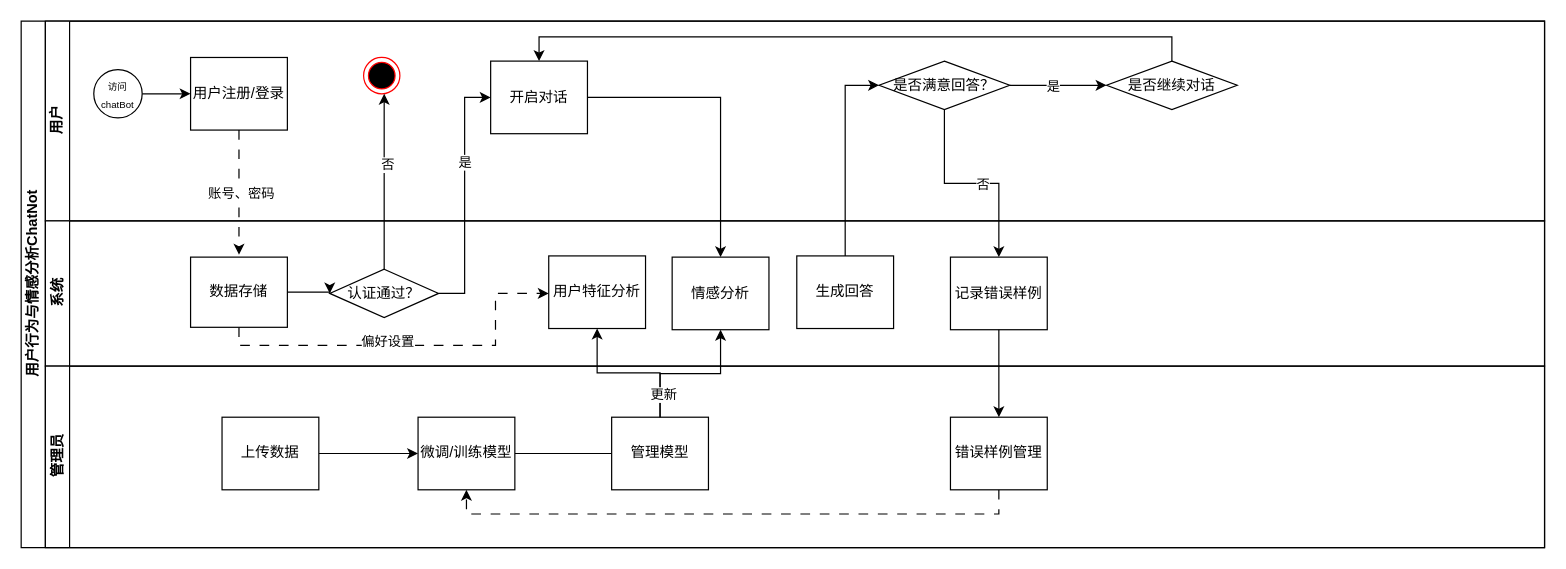
Before: 未命名绘图.drawio in ndsoi/miniprograms, a draw.io diagram. Source tidied: cells renumbered, new cells numbered last; positions are measured from the earlier drawing's top-left corner, leaving out a move shared by most shapes. Both pictures are drawn from the tidied source at 121%, with x=0, y=0 at pixel (21, 21).
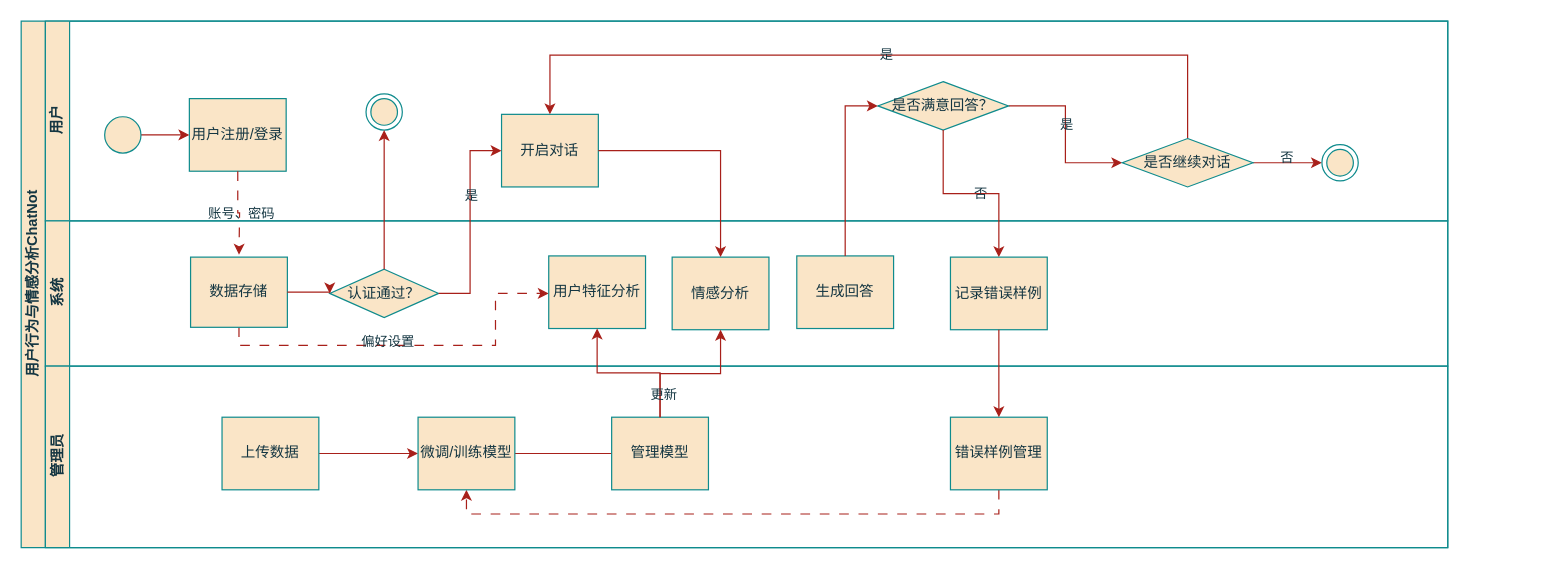
After the change.

Commit message:
更新未命名绘图.drawio

The edit, as a diff of the source:
```diff
@@
-    <mxCell id="2" value="用户行为与情感分析ChatNot" style="swimlane;html=1;horizontal=0;startSize=20;" parent="1" vertex="1">
-      <mxGeometry width="1259" height="435" as="geometry" />
+    <mxCell id="2" value="用户行为与情感分析ChatNot" style="swimlane;html=1;horizontal=0;startSize=20;labelBackgroundColor=none;fillColor=#FAE5C7;strokeColor=#0F8B8D;fontColor=#143642;" parent="1" vertex="1">
+      <mxGeometry width="1179" height="435" as="geometry" />
     </mxCell>
-    <mxCell id="3" value="用户" style="swimlane;html=1;startSize=20;horizontal=0;" parent="2" vertex="1">
-      <mxGeometry x="20" width="1239" height="165" as="geometry" />
+    <mxCell id="3" value="用户" style="swimlane;html=1;startSize=20;horizontal=0;labelBackgroundColor=none;fillColor=#FAE5C7;strokeColor=#0F8B8D;fontColor=#143642;" parent="2" vertex="1">
+      <mxGeometry x="20" width="1159" height="165" as="geometry" />
     </mxCell>
-    <mxCell id="4" style="edgeStyle=orthogonalEdgeStyle;rounded=0;jettySize=auto;html=1;" parent="3" edge="1" source="5" target="6">
-      <mxGeometry relative="1" as="geometry" />
-    </mxCell>
-    <mxCell id="5" value="&lt;font style=&quot;font-size: 8px;&quot;&gt;访问chatBot&lt;/font&gt;" style="ellipse;whiteSpace=wrap;html=1;" parent="3" vertex="1">
-      <mxGeometry x="40" y="40" width="40" height="40" as="geometry" />
-    </mxCell>
-    <mxCell id="6" value="用户注册/登录" style="rounded=0;whiteSpace=wrap;html=1;fontFamily=Helvetica;fontSize=12;fontColor=#000000;align=center;" parent="3" vertex="1">
-      <mxGeometry x="120" y="30" width="80" height="60" as="geometry" />
+    <mxCell id="6" value="用户注册/登录" style="rounded=0;whiteSpace=wrap;html=1;fontFamily=Helvetica;fontSize=12;fontColor=#143642;align=center;labelBackgroundColor=none;fillColor=#FAE5C7;strokeColor=#0F8B8D;" parent="3" vertex="1">
+      <mxGeometry x="119" y="64" width="80" height="60" as="geometry" />
     </mxCell>
-    <mxCell id="7" value="开启对话" style="rounded=0;whiteSpace=wrap;html=1;fontFamily=Helvetica;fontSize=12;fontColor=#000000;align=center;" parent="3" vertex="1">
-      <mxGeometry x="368" y="33" width="80" height="60" as="geometry" />
+    <mxCell id="7" value="开启对话" style="rounded=0;whiteSpace=wrap;html=1;fontFamily=Helvetica;fontSize=12;fontColor=#143642;align=center;labelBackgroundColor=none;fillColor=#FAE5C7;strokeColor=#0F8B8D;" parent="3" vertex="1">
+      <mxGeometry x="377" y="77" width="80" height="60" as="geometry" />
     </mxCell>
-    <mxCell id="8" style="ellipse;html=1;shape=endState;fillColor=#000000;strokeColor=#ff0000;" parent="3" vertex="1">
-      <mxGeometry x="263" y="30" width="30" height="30" as="geometry" />
+    <mxCell id="8" style="ellipse;html=1;shape=endState;fillColor=#FAE5C7;strokeColor=#0F8B8D;labelBackgroundColor=none;fontColor=#143642;" parent="3" vertex="1">
+      <mxGeometry x="265" y="60" width="30" height="30" as="geometry" />
     </mxCell>
-    <mxCell id="9" style="edgeStyle=orthogonalEdgeStyle;rounded=0;jettySize=auto;html=1;" parent="3" edge="1" source="11" target="13">
+    <mxCell id="9" style="edgeStyle=orthogonalEdgeStyle;rounded=0;jettySize=auto;html=1;entryX=0;entryY=0.5;entryDx=0;entryDy=0;labelBackgroundColor=none;strokeColor=#A8201A;fontColor=default;" parent="3" edge="1" source="11" target="13">
       <mxGeometry relative="1" as="geometry" />
     </mxCell>
-    <mxCell id="10" value="是" style="edgeLabel;html=1;align=center;verticalAlign=middle;" parent="9" vertex="1">
+    <mxCell id="10" value="是" style="edgeLabel;html=1;align=center;verticalAlign=middle;labelBackgroundColor=none;fontColor=#143642;" parent="9" vertex="1">
       <mxGeometry x="-0.12" relative="1" as="geometry" />
     </mxCell>
-    <mxCell id="11" value="是否满意回答？" style="rhombus;whiteSpace=wrap;html=1;fontFamily=Helvetica;fontSize=12;fontColor=#000000;align=center;" parent="3" vertex="1">
-      <mxGeometry x="689" y="33" width="108" height="40" as="geometry" />
+    <mxCell id="11" value="是否满意回答？" style="rhombus;whiteSpace=wrap;html=1;fontFamily=Helvetica;fontSize=12;fontColor=#143642;align=center;labelBackgroundColor=none;fillColor=#FAE5C7;strokeColor=#0F8B8D;" parent="3" vertex="1">
+      <mxGeometry x="688" y="50" width="108" height="40" as="geometry" />
     </mxCell>
-    <mxCell id="12" style="edgeStyle=orthogonalEdgeStyle;rounded=0;jettySize=auto;html=1;exitX=0.5;exitY=0;exitDx=0;exitDy=0;entryX=0.5;entryY=0;entryDx=0;entryDy=0;" parent="3" edge="1" source="13" target="7">
-      <mxGeometry relative="1" as="geometry" />
+    <mxCell id="12" style="edgeStyle=orthogonalEdgeStyle;rounded=0;jettySize=auto;html=1;exitX=0.5;exitY=0;exitDx=0;exitDy=0;entryX=0.5;entryY=0;entryDx=0;entryDy=0;labelBackgroundColor=none;strokeColor=#A8201A;fontColor=default;" parent="3" edge="1" source="13" target="7">
+      <mxGeometry relative="1" as="geometry">
+        <Array as="points">
+          <mxPoint x="944" y="28" />
+          <mxPoint x="417" y="28" />
+        </Array>
+      </mxGeometry>
     </mxCell>
+    <mxCell id="46" value="是" style="edgeLabel;html=1;align=center;verticalAlign=middle;labelBackgroundColor=none;fontColor=#143642;" parent="12" vertex="1">
+      <mxGeometry x="-0.01" y="-1" relative="1" as="geometry" />
+    </mxCell>
+    <mxCell id="47" style="edgeStyle=orthogonalEdgeStyle;rounded=0;jettySize=auto;html=1;exitX=1;exitY=0.5;exitDx=0;exitDy=0;entryX=0;entryY=0.5;entryDx=0;entryDy=0;labelBackgroundColor=none;strokeColor=#A8201A;fontColor=default;" parent="3" edge="1" source="13" target="48">
+      <mxGeometry relative="1" as="geometry" />
+    </mxCell>
+    <mxCell id="35" value="否" style="edgeLabel;html=1;align=center;verticalAlign=middle;labelBackgroundColor=none;fontColor=#143642;" parent="47" vertex="1">
+      <mxGeometry x="-0.06" y="5" relative="1" as="geometry" />
+    </mxCell>
-    <mxCell id="13" value="是否继续对话" style="rhombus;whiteSpace=wrap;html=1;fontFamily=Helvetica;fontSize=12;fontColor=#000000;align=center;" parent="3" vertex="1">
-      <mxGeometry x="877" y="33" width="108" height="40" as="geometry" />
+    <mxCell id="13" value="是否继续对话" style="rhombus;whiteSpace=wrap;html=1;fontFamily=Helvetica;fontSize=12;fontColor=#143642;align=center;labelBackgroundColor=none;fillColor=#FAE5C7;strokeColor=#0F8B8D;" parent="3" vertex="1">
+      <mxGeometry x="890" y="97" width="108" height="40" as="geometry" />
     </mxCell>
+    <mxCell id="48" style="ellipse;html=1;shape=endState;fillColor=#FAE5C7;strokeColor=#0F8B8D;labelBackgroundColor=none;fontColor=#143642;" parent="3" vertex="1">
+      <mxGeometry x="1055" y="102" width="30" height="30" as="geometry" />
+    </mxCell>
+    <mxCell id="49" style="edgeStyle=orthogonalEdgeStyle;rounded=0;jettySize=auto;html=1;entryX=0;entryY=0.5;entryDx=0;entryDy=0;strokeColor=#A8201A;fontColor=#143642;fillColor=#FAE5C7;" parent="3" edge="1" source="50" target="6">
+      <mxGeometry relative="1" as="geometry" />
+    </mxCell>
+    <mxCell id="50" style="ellipse;whiteSpace=wrap;html=1;labelBackgroundColor=none;fillColor=#FAE5C7;strokeColor=#0F8B8D;fontColor=#143642;" parent="3" vertex="1">
+      <mxGeometry x="49" y="79" width="30" height="30" as="geometry" />
+    </mxCell>
-    <mxCell id="14" value="系统" style="swimlane;html=1;startSize=20;horizontal=0;" parent="2" vertex="1">
-      <mxGeometry x="20" y="165" width="1239" height="120" as="geometry" />
+    <mxCell id="14" value="系统" style="swimlane;html=1;startSize=20;horizontal=0;labelBackgroundColor=none;fillColor=#FAE5C7;strokeColor=#0F8B8D;fontColor=#143642;" parent="2" vertex="1">
+      <mxGeometry x="20" y="165" width="1159" height="120" as="geometry" />
     </mxCell>
-    <mxCell id="15" style="edgeStyle=orthogonalEdgeStyle;rounded=0;jettySize=auto;html=1;exitX=0.5;exitY=1;exitDx=0;exitDy=0;dashed=1;dashPattern=8 8;" parent="14" edge="1" source="17" target="22">
+    <mxCell id="15" style="edgeStyle=orthogonalEdgeStyle;rounded=0;jettySize=auto;html=1;exitX=0.5;exitY=1;exitDx=0;exitDy=0;dashed=1;dashPattern=8 8;labelBackgroundColor=none;strokeColor=#A8201A;fontColor=default;" parent="14" edge="1" source="17" target="22">
       <mxGeometry relative="1" as="geometry">
         <Array as="points">
           <mxPoint x="160" y="103" />
           <mxPoint x="372" y="103" />
           <mxPoint x="372" y="60" />
         </Array>
       </mxGeometry>
     </mxCell>
-    <mxCell id="16" value="偏好设置" style="edgeLabel;html=1;align=center;verticalAlign=middle;" parent="15" vertex="1">
+    <mxCell id="16" value="偏好设置" style="edgeLabel;html=1;align=center;verticalAlign=middle;labelBackgroundColor=none;fontColor=#143642;" parent="15" vertex="1">
       <mxGeometry x="-0.13" y="4" relative="1" as="geometry" />
     </mxCell>
-    <mxCell id="17" value="数据存储" style="rounded=0;whiteSpace=wrap;html=1;fontFamily=Helvetica;fontSize=12;fontColor=#000000;align=center;" parent="14" vertex="1">
+    <mxCell id="17" value="数据存储" style="rounded=0;whiteSpace=wrap;html=1;fontFamily=Helvetica;fontSize=12;fontColor=#143642;align=center;labelBackgroundColor=none;fillColor=#FAE5C7;strokeColor=#0F8B8D;" parent="14" vertex="1">
       <mxGeometry x="120" y="30" width="80" height="58" as="geometry" />
     </mxCell>
-    <mxCell id="18" value="认证通过？" style="rhombus;whiteSpace=wrap;html=1;fontFamily=Helvetica;fontSize=12;fontColor=#000000;align=center;" parent="14" vertex="1">
+    <mxCell id="18" value="认证通过？" style="rhombus;whiteSpace=wrap;html=1;fontFamily=Helvetica;fontSize=12;fontColor=#143642;align=center;labelBackgroundColor=none;fillColor=#FAE5C7;strokeColor=#0F8B8D;" parent="14" vertex="1">
       <mxGeometry x="235" y="40" width="90" height="40" as="geometry" />
     </mxCell>
-    <mxCell id="19" style="edgeStyle=orthogonalEdgeStyle;rounded=0;jettySize=auto;html=1;endArrow=classic;endFill=1;exitX=0.5;exitY=1;exitDx=0;exitDy=0;dashed=1;dashPattern=8 8;" parent="14" edge="1" source="6">
+    <mxCell id="19" style="edgeStyle=orthogonalEdgeStyle;rounded=0;jettySize=auto;html=1;endArrow=classic;endFill=1;exitX=0.5;exitY=1;exitDx=0;exitDy=0;dashed=1;dashPattern=8 8;labelBackgroundColor=none;strokeColor=#A8201A;fontColor=default;" parent="14" edge="1" source="6">
       <mxGeometry relative="1" as="geometry">
         <mxPoint x="160" y="28" as="targetPoint" />
       </mxGeometry>
     </mxCell>
-    <mxCell id="20" value="账号、密码" style="edgeLabel;html=1;align=center;verticalAlign=middle;" parent="19" vertex="1">
+    <mxCell id="20" value="账号、密码" style="edgeLabel;html=1;align=center;verticalAlign=middle;labelBackgroundColor=none;fontColor=#143642;" parent="19" vertex="1">
       <mxGeometry x="0.03" y="1" relative="1" as="geometry" />
     </mxCell>
-    <mxCell id="21" style="edgeStyle=orthogonalEdgeStyle;rounded=0;jettySize=auto;html=1;endArrow=classic;endFill=1;exitX=1;exitY=0.5;exitDx=0;exitDy=0;entryX=0;entryY=0.5;entryDx=0;entryDy=0;" parent="14" edge="1" source="17" target="18">
+    <mxCell id="21" style="edgeStyle=orthogonalEdgeStyle;rounded=0;jettySize=auto;html=1;endArrow=classic;endFill=1;exitX=1;exitY=0.5;exitDx=0;exitDy=0;entryX=0;entryY=0.5;entryDx=0;entryDy=0;labelBackgroundColor=none;strokeColor=#A8201A;fontColor=default;" parent="14" edge="1" source="17" target="18">
       <mxGeometry relative="1" as="geometry" />
     </mxCell>
-    <mxCell id="22" value="用户特征分析" style="rounded=0;whiteSpace=wrap;html=1;fontFamily=Helvetica;fontSize=12;fontColor=#000000;align=center;" parent="14" vertex="1">
+    <mxCell id="22" value="用户特征分析" style="rounded=0;whiteSpace=wrap;html=1;fontFamily=Helvetica;fontSize=12;fontColor=#143642;align=center;labelBackgroundColor=none;fillColor=#FAE5C7;strokeColor=#0F8B8D;" parent="14" vertex="1">
       <mxGeometry x="416" y="29" width="80" height="60" as="geometry" />
     </mxCell>
-    <mxCell id="23" value="情感分析" style="rounded=0;whiteSpace=wrap;html=1;fontFamily=Helvetica;fontSize=12;fontColor=#000000;align=center;" parent="14" vertex="1">
+    <mxCell id="23" value="情感分析" style="rounded=0;whiteSpace=wrap;html=1;fontFamily=Helvetica;fontSize=12;fontColor=#143642;align=center;labelBackgroundColor=none;fillColor=#FAE5C7;strokeColor=#0F8B8D;" parent="14" vertex="1">
       <mxGeometry x="518" y="30" width="80" height="60" as="geometry" />
     </mxCell>
-    <mxCell id="24" value="生成回答" style="rounded=0;whiteSpace=wrap;html=1;fontFamily=Helvetica;fontSize=12;fontColor=#000000;align=center;" parent="14" vertex="1">
+    <mxCell id="24" value="生成回答" style="rounded=0;whiteSpace=wrap;html=1;fontFamily=Helvetica;fontSize=12;fontColor=#143642;align=center;labelBackgroundColor=none;fillColor=#FAE5C7;strokeColor=#0F8B8D;" parent="14" vertex="1">
       <mxGeometry x="621" y="29" width="80" height="60" as="geometry" />
     </mxCell>
-    <mxCell id="25" value="记录错误样例" style="rounded=0;whiteSpace=wrap;html=1;fontFamily=Helvetica;fontSize=12;fontColor=#000000;align=center;" parent="14" vertex="1">
+    <mxCell id="25" value="记录错误样例" style="rounded=0;whiteSpace=wrap;html=1;fontFamily=Helvetica;fontSize=12;fontColor=#143642;align=center;labelBackgroundColor=none;fillColor=#FAE5C7;strokeColor=#0F8B8D;" parent="14" vertex="1">
       <mxGeometry x="748" y="30" width="80" height="60" as="geometry" />
     </mxCell>
-    <mxCell id="26" value="管理员" style="swimlane;html=1;startSize=20;horizontal=0;" parent="2" vertex="1">
-      <mxGeometry x="20" y="285" width="1239" height="150" as="geometry" />
+    <mxCell id="26" value="管理员" style="swimlane;html=1;startSize=20;horizontal=0;labelBackgroundColor=none;fillColor=#FAE5C7;strokeColor=#0F8B8D;fontColor=#143642;" parent="2" vertex="1">
+      <mxGeometry x="20" y="285" width="1159" height="150" as="geometry" />
     </mxCell>
-    <mxCell id="27" style="edgeStyle=orthogonalEdgeStyle;rounded=0;jettySize=auto;html=1;entryX=0.5;entryY=1;entryDx=0;entryDy=0;dashed=1;dashPattern=8 8;" parent="26" edge="1" source="28" target="32">
+    <mxCell id="27" style="edgeStyle=orthogonalEdgeStyle;rounded=0;jettySize=auto;html=1;entryX=0.5;entryY=1;entryDx=0;entryDy=0;dashed=1;dashPattern=8 8;labelBackgroundColor=none;strokeColor=#A8201A;fontColor=default;" parent="26" edge="1" source="28" target="32">
       <mxGeometry relative="1" as="geometry">
         <Array as="points">
           <mxPoint x="788" y="122.3" />
           <mxPoint x="348" y="122.3" />
         </Array>
       </mxGeometry>
     </mxCell>
-    <mxCell id="28" value="错误样例管理" style="rounded=0;whiteSpace=wrap;html=1;fontFamily=Helvetica;fontSize=12;fontColor=#000000;align=center;" parent="26" vertex="1">
+    <mxCell id="28" value="错误样例管理" style="rounded=0;whiteSpace=wrap;html=1;fontFamily=Helvetica;fontSize=12;fontColor=#143642;align=center;labelBackgroundColor=none;fillColor=#FAE5C7;strokeColor=#0F8B8D;" parent="26" vertex="1">
       <mxGeometry x="748" y="42.3" width="80" height="60" as="geometry" />
     </mxCell>
-    <mxCell id="29" style="edgeStyle=orthogonalEdgeStyle;rounded=0;jettySize=auto;html=1;" parent="26" edge="1" source="30" target="32">
+    <mxCell id="29" style="edgeStyle=orthogonalEdgeStyle;rounded=0;jettySize=auto;html=1;labelBackgroundColor=none;strokeColor=#A8201A;fontColor=default;" parent="26" edge="1" source="30" target="32">
       <mxGeometry relative="1" as="geometry" />
     </mxCell>
-    <mxCell id="30" value="上传数据" style="rounded=0;whiteSpace=wrap;html=1;fontFamily=Helvetica;fontSize=12;fontColor=#000000;align=center;" parent="26" vertex="1">
+    <mxCell id="30" value="上传数据" style="rounded=0;whiteSpace=wrap;html=1;fontFamily=Helvetica;fontSize=12;fontColor=#143642;align=center;labelBackgroundColor=none;fillColor=#FAE5C7;strokeColor=#0F8B8D;" parent="26" vertex="1">
       <mxGeometry x="146" y="42.3" width="80" height="60" as="geometry" />
     </mxCell>
-    <mxCell id="31" style="edgeStyle=orthogonalEdgeStyle;rounded=0;jettySize=auto;html=1;endArrow=none;endFill=0;" parent="26" edge="1" source="32" target="33">
+    <mxCell id="31" style="edgeStyle=orthogonalEdgeStyle;rounded=0;jettySize=auto;html=1;endArrow=none;endFill=0;labelBackgroundColor=none;strokeColor=#A8201A;fontColor=default;" parent="26" edge="1" source="32" target="33">
       <mxGeometry relative="1" as="geometry" />
     </mxCell>
-    <mxCell id="32" value="微调/训练模型" style="rounded=0;whiteSpace=wrap;html=1;fontFamily=Helvetica;fontSize=12;fontColor=#000000;align=center;" parent="26" vertex="1">
+    <mxCell id="32" value="微调/训练模型" style="rounded=0;whiteSpace=wrap;html=1;fontFamily=Helvetica;fontSize=12;fontColor=#143642;align=center;labelBackgroundColor=none;fillColor=#FAE5C7;strokeColor=#0F8B8D;" parent="26" vertex="1">
       <mxGeometry x="308" y="42.3" width="80" height="60" as="geometry" />
     </mxCell>
-    <mxCell id="33" value="管理模型" style="rounded=0;whiteSpace=wrap;html=1;fontFamily=Helvetica;fontSize=12;fontColor=#000000;align=center;" parent="26" vertex="1">
+    <mxCell id="33" value="管理模型" style="rounded=0;whiteSpace=wrap;html=1;fontFamily=Helvetica;fontSize=12;fontColor=#143642;align=center;labelBackgroundColor=none;fillColor=#FAE5C7;strokeColor=#0F8B8D;" parent="26" vertex="1">
       <mxGeometry x="468" y="42.3" width="80" height="60" as="geometry" />
     </mxCell>
-    <mxCell id="34" style="edgeStyle=orthogonalEdgeStyle;rounded=0;jettySize=auto;html=1;entryX=0.567;entryY=1;entryDx=0;entryDy=0;entryPerimeter=0;" parent="2" edge="1" source="18" target="8">
-      <mxGeometry relative="1" as="geometry">
-        <Array as="points">
-          <mxPoint x="300" y="75" />
-        </Array>
-      </mxGeometry>
-    </mxCell>
-    <mxCell id="35" value="否" style="edgeLabel;html=1;align=center;verticalAlign=middle;" parent="34" vertex="1">
-      <mxGeometry x="0.2" y="-2" relative="1" as="geometry" />
-    </mxCell>
-    <mxCell id="36" style="edgeStyle=orthogonalEdgeStyle;rounded=0;jettySize=auto;html=1;exitX=1;exitY=0.5;exitDx=0;exitDy=0;entryX=0;entryY=0.5;entryDx=0;entryDy=0;" parent="2" edge="1" source="18" target="7">
+    <mxCell id="36" style="edgeStyle=orthogonalEdgeStyle;rounded=0;jettySize=auto;html=1;exitX=1;exitY=0.5;exitDx=0;exitDy=0;entryX=0;entryY=0.5;entryDx=0;entryDy=0;labelBackgroundColor=none;strokeColor=#A8201A;fontColor=default;" parent="2" edge="1" source="18" target="7">
       <mxGeometry relative="1" as="geometry" />
     </mxCell>
-    <mxCell id="37" value="是" style="edgeLabel;html=1;align=center;verticalAlign=middle;" parent="36" vertex="1">
+    <mxCell id="37" value="是" style="edgeLabel;html=1;align=center;verticalAlign=middle;labelBackgroundColor=none;fontColor=#143642;" parent="36" vertex="1">
       <mxGeometry x="0.27" relative="1" as="geometry" />
     </mxCell>
-    <mxCell id="38" style="edgeStyle=orthogonalEdgeStyle;rounded=0;jettySize=auto;html=1;exitX=1;exitY=0.5;exitDx=0;exitDy=0;entryX=0.5;entryY=0;entryDx=0;entryDy=0;" parent="2" edge="1" source="7" target="23">
+    <mxCell id="38" style="edgeStyle=orthogonalEdgeStyle;rounded=0;jettySize=auto;html=1;exitX=1;exitY=0.5;exitDx=0;exitDy=0;entryX=0.5;entryY=0;entryDx=0;entryDy=0;labelBackgroundColor=none;strokeColor=#A8201A;fontColor=default;" parent="2" edge="1" source="7" target="23">
       <mxGeometry relative="1" as="geometry" />
     </mxCell>
-    <mxCell id="39" style="edgeStyle=orthogonalEdgeStyle;rounded=0;jettySize=auto;html=1;exitX=0.5;exitY=1;exitDx=0;exitDy=0;" parent="2" edge="1" source="25" target="28">
+    <mxCell id="39" style="edgeStyle=orthogonalEdgeStyle;rounded=0;jettySize=auto;html=1;exitX=0.5;exitY=1;exitDx=0;exitDy=0;labelBackgroundColor=none;strokeColor=#A8201A;fontColor=default;" parent="2" edge="1" source="25" target="28">
       <mxGeometry relative="1" as="geometry" />
     </mxCell>
-    <mxCell id="40" style="edgeStyle=orthogonalEdgeStyle;rounded=0;jettySize=auto;html=1;exitX=0.5;exitY=0;exitDx=0;exitDy=0;entryX=0.5;entryY=1;entryDx=0;entryDy=0;" parent="2" edge="1" source="33" target="22">
+    <mxCell id="40" style="edgeStyle=orthogonalEdgeStyle;rounded=0;jettySize=auto;html=1;exitX=0.5;exitY=0;exitDx=0;exitDy=0;entryX=0.5;entryY=1;entryDx=0;entryDy=0;labelBackgroundColor=none;strokeColor=#A8201A;fontColor=default;" parent="2" edge="1" source="33" target="22">
       <mxGeometry relative="1" as="geometry" />
     </mxCell>
-    <mxCell id="41" style="edgeStyle=orthogonalEdgeStyle;rounded=0;jettySize=auto;html=1;exitX=0.5;exitY=0;exitDx=0;exitDy=0;entryX=0.5;entryY=1;entryDx=0;entryDy=0;" parent="2" edge="1" source="33" target="23">
+    <mxCell id="41" style="edgeStyle=orthogonalEdgeStyle;rounded=0;jettySize=auto;html=1;exitX=0.5;exitY=0;exitDx=0;exitDy=0;entryX=0.5;entryY=1;entryDx=0;entryDy=0;labelBackgroundColor=none;strokeColor=#A8201A;fontColor=default;" parent="2" edge="1" source="33" target="23">
       <mxGeometry relative="1" as="geometry" />
     </mxCell>
-    <mxCell id="42" value="更新" style="edgeLabel;html=1;align=center;verticalAlign=middle;" parent="41" vertex="1">
+    <mxCell id="42" value="更新" style="edgeLabel;html=1;align=center;verticalAlign=middle;labelBackgroundColor=none;fontColor=#143642;" parent="41" vertex="1">
       <mxGeometry x="-0.68" y="-2" relative="1" as="geometry">
         <mxPoint y="1" as="offset" />
       </mxGeometry>
     </mxCell>
-    <mxCell id="43" style="edgeStyle=orthogonalEdgeStyle;rounded=0;jettySize=auto;html=1;exitX=0.5;exitY=0;exitDx=0;exitDy=0;entryX=0;entryY=0.5;entryDx=0;entryDy=0;" parent="2" edge="1" source="24" target="11">
+    <mxCell id="43" style="edgeStyle=orthogonalEdgeStyle;rounded=0;jettySize=auto;html=1;exitX=0.5;exitY=0;exitDx=0;exitDy=0;entryX=0;entryY=0.5;entryDx=0;entryDy=0;labelBackgroundColor=none;strokeColor=#A8201A;fontColor=default;" parent="2" edge="1" source="24" target="11">
       <mxGeometry relative="1" as="geometry" />
     </mxCell>
-    <mxCell id="44" style="edgeStyle=orthogonalEdgeStyle;rounded=0;jettySize=auto;html=1;exitX=0.5;exitY=1;exitDx=0;exitDy=0;entryX=0.5;entryY=0;entryDx=0;entryDy=0;" parent="2" edge="1" source="11" target="25">
+    <mxCell id="44" style="edgeStyle=orthogonalEdgeStyle;rounded=0;jettySize=auto;html=1;exitX=0.5;exitY=1;exitDx=0;exitDy=0;entryX=0.5;entryY=0;entryDx=0;entryDy=0;labelBackgroundColor=none;strokeColor=#A8201A;fontColor=default;" parent="2" edge="1" source="11" target="25">
       <mxGeometry relative="1" as="geometry" />
     </mxCell>
-    <mxCell id="45" value="否" style="edgeLabel;html=1;align=center;verticalAlign=middle;" parent="44" vertex="1">
+    <mxCell id="45" value="否" style="edgeLabel;html=1;align=center;verticalAlign=middle;labelBackgroundColor=none;fontColor=#143642;" parent="44" vertex="1">
       <mxGeometry x="0.11" relative="1" as="geometry">
         <mxPoint x="-1" as="offset" />
       </mxGeometry>
     </mxCell>
+    <mxCell id="34" style="edgeStyle=orthogonalEdgeStyle;rounded=0;jettySize=auto;html=1;exitX=0.5;exitY=0;exitDx=0;exitDy=0;entryX=0.5;entryY=1;entryDx=0;entryDy=0;labelBackgroundColor=none;strokeColor=#A8201A;fontColor=default;" parent="2" edge="1" source="18" target="8">
+      <mxGeometry relative="1" as="geometry" />
+    </mxCell>
```
